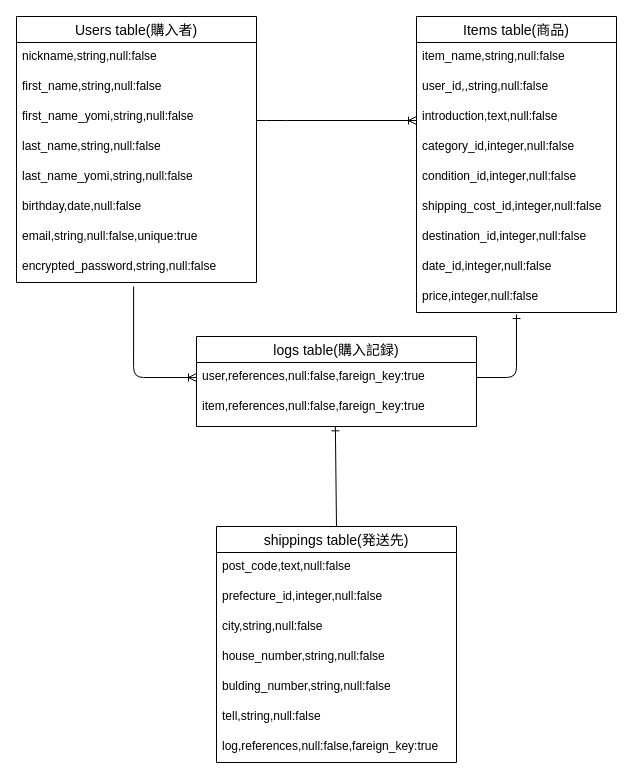
This is test.dio from suzumasa96/furima2-31955, a draw.io file, before an edit. Source tidied: cells renumbered, new cells numbered last; positions are measured from the earlier drawing's top-left corner, leaving out a move shared by most shapes. Both pictures are drawn from the tidied source at 100%, with x=0, y=0 at pixel (16, 16).
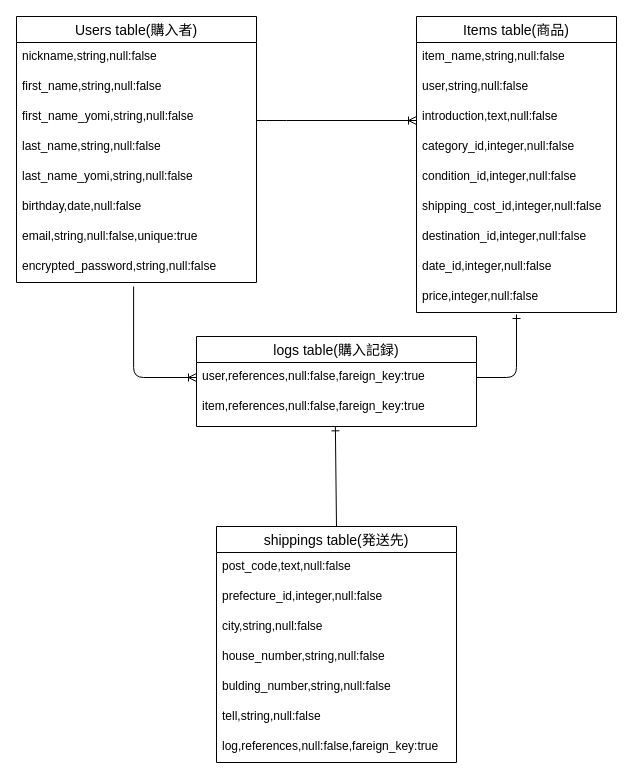
After the change.

The change refers to these unchanged cells:
```xml
<mxCell id="13" value="Items table(商品)" style="swimlane;fontStyle=0;horizontal=1;startSize=26;align=center;fontSize=14;" parent="1" vertex="1">
  <mxGeometry x="400" width="200" height="296" as="geometry" />
</mxCell>
```

Change to the diagram source:
```diff
@@
-    <mxCell id="15" value="user_id,,string,null:false" style="text;strokeColor=none;fillColor=none;spacingLeft=4;spacingRight=4;overflow=hidden;fontSize=12;" parent="13" vertex="1">
+    <mxCell id="15" value="user,string,null:false" style="text;strokeColor=none;fillColor=none;spacingLeft=4;spacingRight=4;overflow=hidden;fontSize=12;" parent="13" vertex="1">
       <mxGeometry y="56" width="200" height="30" as="geometry" />
     </mxCell>
```
